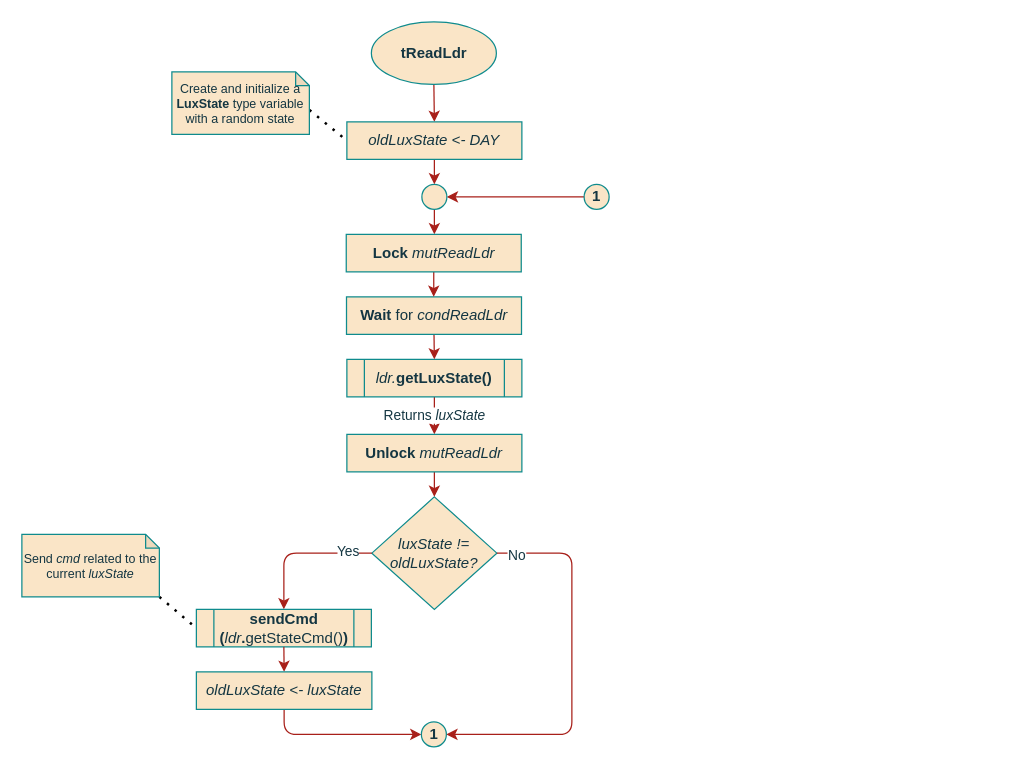
Before: page "treadldr" (5 of 7) of documentation/flowcharts/02Classes/CSensors.drawio in ESRGgroup9/slipad, a draw.io diagram. Source tidied: cells renumbered, new cells numbered last; positions are measured from the earlier drawing's top-left corner, leaving out a move shared by most shapes. Both pictures are drawn from the tidied source at 125%, with x=0, y=0 at pixel (21, 21).
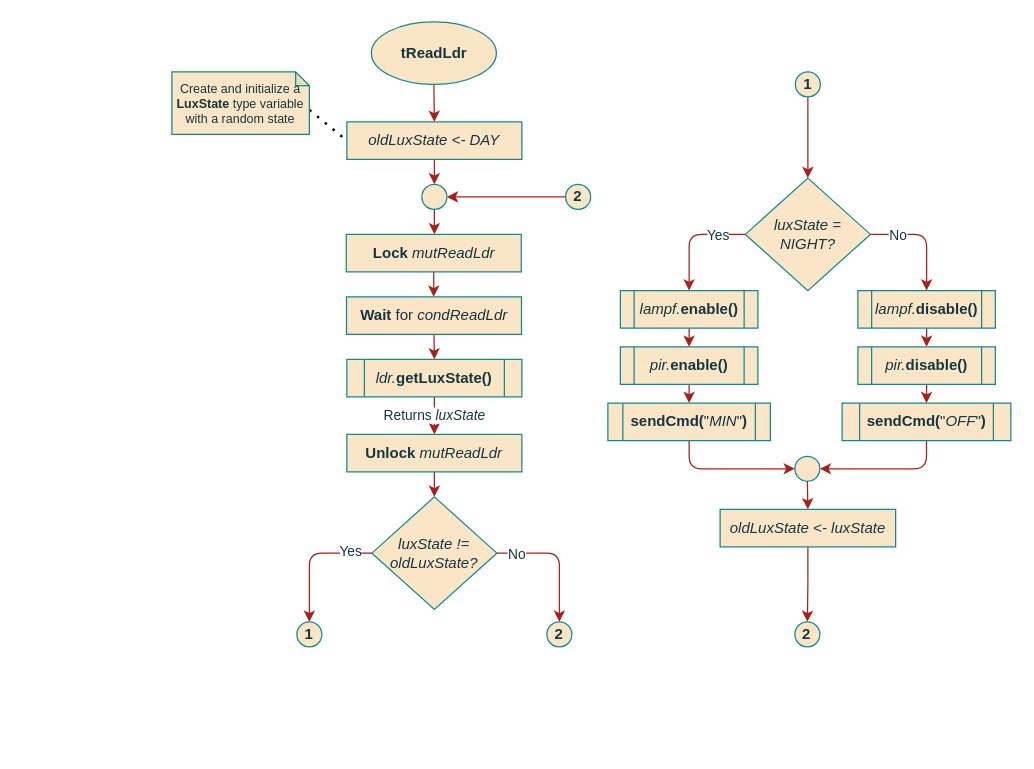
After the change.

Unchanged cells that the change refers to:
```xml
<mxCell id="6" value="&lt;i&gt;luxState != oldLuxState?&lt;br&gt;&lt;/i&gt;" style="rhombus;whiteSpace=wrap;html=1;rounded=0;sketch=0;fontColor=#143642;strokeColor=#0F8B8D;fillColor=#FAE5C7;" parent="1" vertex="1">
  <mxGeometry x="280" y="380" width="100" height="90" as="geometry" />
</mxCell>
```

Change to the diagram source:
```diff
@@
-    <mxCell id="5" style="edgeStyle=orthogonalEdgeStyle;rounded=1;jettySize=auto;html=1;strokeColor=#A8201A;fontFamily=Helvetica;labelBackgroundColor=#DAD2D8;fontColor=#143642;exitX=0.5;exitY=1;exitDx=0;exitDy=0;entryX=0;entryY=0.5;entryDx=0;entryDy=0;" parent="1" edge="1" source="14" target="15">
-      <mxGeometry relative="1" as="geometry" />
-    </mxCell>
@@
-    <mxCell id="8" style="edgeStyle=orthogonalEdgeStyle;curved=0;rounded=1;sketch=0;jettySize=auto;html=1;exitX=0;exitY=0.5;exitDx=0;exitDy=0;entryX=0.5;entryY=0;entryDx=0;entryDy=0;fontColor=#143642;strokeColor=#A8201A;fillColor=#FAE5C7;" parent="1" edge="1" source="6" target="12">
-      <mxGeometry relative="1" as="geometry" />
+    <mxCell id="8" style="edgeStyle=orthogonalEdgeStyle;curved=0;rounded=1;sketch=0;jettySize=auto;html=1;exitX=0;exitY=0.5;exitDx=0;exitDy=0;entryX=0.5;entryY=0;entryDx=0;entryDy=0;fontColor=#143642;strokeColor=#A8201A;fillColor=#FAE5C7;" parent="1" edge="1" source="6" target="39">
+      <mxGeometry relative="1" as="geometry">
+        <Array as="points">
+          <mxPoint x="230" y="425" />
+        </Array>
+      </mxGeometry>
     </mxCell>
@@
-    <mxCell id="10" style="edgeStyle=orthogonalEdgeStyle;curved=0;rounded=1;sketch=0;jettySize=auto;html=1;exitX=1;exitY=0.5;exitDx=0;exitDy=0;fontColor=#143642;strokeColor=#A8201A;fillColor=#FAE5C7;entryX=1;entryY=0.5;entryDx=0;entryDy=0;" parent="1" edge="1" source="6" target="15">
+    <mxCell id="10" style="edgeStyle=orthogonalEdgeStyle;curved=0;rounded=1;sketch=0;jettySize=auto;html=1;exitX=1;exitY=0.5;exitDx=0;exitDy=0;fontColor=#143642;strokeColor=#A8201A;fillColor=#FAE5C7;entryX=0.5;entryY=0;entryDx=0;entryDy=0;" parent="1" edge="1" source="6" target="15">
       <mxGeometry relative="1" as="geometry">
         <Array as="points">
-          <mxPoint x="440" y="425" />
-          <mxPoint x="440" y="570" />
+          <mxPoint x="430" y="425" />
         </Array>
       </mxGeometry>
     </mxCell>
     <mxCell id="11" value="No" style="edgeLabel;html=1;align=center;verticalAlign=middle;fontColor=#143642;" parent="10" vertex="1">
       <mxGeometry x="-0.57" y="1" relative="1" as="geometry">
-        <mxPoint x="-46" y="-5" as="offset" />
+        <mxPoint x="-8" y="1" as="offset" />
       </mxGeometry>
     </mxCell>
-    <mxCell id="12" value="&lt;div&gt;sendCmd&lt;/div&gt;&lt;div&gt;(&lt;span style=&quot;font-weight: normal&quot;&gt;&lt;i&gt;ldr&lt;/i&gt;&lt;/span&gt;.&lt;span style=&quot;font-weight: normal&quot;&gt;getStateCmd()&lt;b&gt;)&lt;/b&gt;&lt;/span&gt;&lt;/div&gt;" style="shape=process;whiteSpace=wrap;html=1;backgroundOutline=1;rounded=0;sketch=0;fontColor=#143642;strokeColor=#0F8B8D;fillColor=#FAE5C7;fontStyle=1;" parent="1" vertex="1">
-      <mxGeometry x="139.6" y="470" width="140" height="30" as="geometry" />
-    </mxCell>
-    <mxCell id="13" style="edgeStyle=orthogonalEdgeStyle;curved=0;rounded=1;sketch=0;jettySize=auto;html=1;exitX=0.5;exitY=1;exitDx=0;exitDy=0;entryX=0.5;entryY=0;entryDx=0;entryDy=0;fontColor=#143642;strokeColor=#A8201A;fillColor=#FAE5C7;" parent="1" edge="1" source="12" target="14">
-      <mxGeometry relative="1" as="geometry" />
-    </mxCell>
-    <mxCell id="14" value="&lt;i&gt;oldLuxState &amp;lt;- luxState&lt;/i&gt;" style="rounded=0;whiteSpace=wrap;html=1;sketch=0;fontColor=#143642;strokeColor=#0F8B8D;fillColor=#FAE5C7;fontFamily=Helvetica;" parent="1" vertex="1">
-      <mxGeometry x="139.6" y="520" width="140.4" height="30" as="geometry" />
-    </mxCell>
-    <mxCell id="15" value="1" style="ellipse;whiteSpace=wrap;html=1;fontFamily=Helvetica;fillColor=#FAE5C7;strokeColor=#0F8B8D;fontColor=#143642;fontStyle=1;" parent="1" vertex="1">
-      <mxGeometry x="319.6" y="560" width="20" height="20" as="geometry" />
+    <mxCell id="15" value="2" style="ellipse;whiteSpace=wrap;html=1;fontFamily=Helvetica;fillColor=#FAE5C7;strokeColor=#0F8B8D;fontColor=#143642;fontStyle=1;" parent="1" vertex="1">
+      <mxGeometry x="420" y="480" width="20" height="20" as="geometry" />
     </mxCell>
-    <mxCell id="16" style="endArrow=none;dashed=1;html=1;dashPattern=1 3;strokeWidth=2;rounded=1;sketch=0;fontColor=#143642;fillColor=#FAE5C7;curved=0;entryX=0;entryY=0.5;entryDx=0;entryDy=0;exitX=1;exitY=1;exitDx=0;exitDy=0;exitPerimeter=0;" parent="1" edge="1" source="17" target="12">
-      <mxGeometry relative="1" as="geometry" />
-    </mxCell>
-    <mxCell id="17" value="Send &lt;i style=&quot;font-size: 10px;&quot;&gt;cmd &lt;/i&gt;related to the current &lt;i style=&quot;font-size: 10px;&quot;&gt;luxState&lt;/i&gt;" style="shape=note;whiteSpace=wrap;html=1;backgroundOutline=1;darkOpacity=0.05;rounded=0;sketch=0;fontColor=#143642;strokeColor=#0F8B8D;fillColor=#FAE5C7;size=11;fontSize=10;" parent="1" vertex="1">
-      <mxGeometry y="410" width="110" height="50" as="geometry" />
-    </mxCell>
@@
-    <mxCell id="19" value="1" style="ellipse;whiteSpace=wrap;html=1;fontFamily=Helvetica;fillColor=#FAE5C7;strokeColor=#0F8B8D;fontColor=#143642;fontStyle=1;" parent="1" vertex="1">
-      <mxGeometry x="449.8" y="130" width="20" height="20" as="geometry" />
+    <mxCell id="19" value="2" style="ellipse;whiteSpace=wrap;html=1;fontFamily=Helvetica;fillColor=#FAE5C7;strokeColor=#0F8B8D;fontColor=#143642;fontStyle=1;" parent="1" vertex="1">
+      <mxGeometry x="435" y="130" width="20" height="20" as="geometry" />
     </mxCell>
@@
+    <mxCell id="32" style="edgeStyle=orthogonalEdgeStyle;rounded=1;jettySize=auto;html=1;strokeColor=#A8201A;fontFamily=Helvetica;labelBackgroundColor=#DAD2D8;fontColor=#143642;entryX=0;entryY=0.5;entryDx=0;entryDy=0;exitX=0.5;exitY=1;exitDx=0;exitDy=0;" parent="1" edge="1" source="54" target="38">
+      <mxGeometry relative="1" as="geometry" />
+    </mxCell>
+    <mxCell id="33" value="&lt;i&gt;luxState = NIGHT?&lt;br&gt;&lt;/i&gt;" style="rhombus;whiteSpace=wrap;html=1;rounded=0;sketch=0;fontColor=#143642;strokeColor=#0F8B8D;fillColor=#FAE5C7;" parent="1" vertex="1">
+      <mxGeometry x="578.8" y="125" width="100" height="90" as="geometry" />
+    </mxCell>
+    <mxCell id="34" style="edgeStyle=orthogonalEdgeStyle;curved=0;rounded=1;sketch=0;jettySize=auto;html=1;exitX=0;exitY=0.5;exitDx=0;exitDy=0;entryX=0.5;entryY=0;entryDx=0;entryDy=0;fontColor=#143642;strokeColor=#A8201A;fillColor=#FAE5C7;" parent="1" edge="1" source="33" target="46">
+      <mxGeometry relative="1" as="geometry" />
+    </mxCell>
+    <mxCell id="35" value="Yes" style="edgeLabel;html=1;align=center;verticalAlign=middle;fontColor=#143642;" parent="34" vertex="1">
+      <mxGeometry x="-0.65" y="-2" relative="1" as="geometry">
+        <mxPoint x="-6" y="2" as="offset" />
+      </mxGeometry>
+    </mxCell>
+    <mxCell id="36" style="edgeStyle=orthogonalEdgeStyle;curved=0;rounded=1;sketch=0;jettySize=auto;html=1;exitX=1;exitY=0.5;exitDx=0;exitDy=0;fontColor=#143642;strokeColor=#A8201A;fillColor=#FAE5C7;entryX=0.5;entryY=0;entryDx=0;entryDy=0;" parent="1" edge="1" source="33" target="48">
+      <mxGeometry relative="1" as="geometry">
+        <Array as="points">
+          <mxPoint x="723.8" y="170" />
+        </Array>
+      </mxGeometry>
+    </mxCell>
+    <mxCell id="37" value="No" style="edgeLabel;html=1;align=center;verticalAlign=middle;fontColor=#143642;" parent="36" vertex="1">
+      <mxGeometry x="-0.57" y="1" relative="1" as="geometry">
+        <mxPoint x="3" y="1" as="offset" />
+      </mxGeometry>
+    </mxCell>
+    <mxCell id="38" style="ellipse;whiteSpace=wrap;html=1;fontFamily=Helvetica;fillColor=#FAE5C7;strokeColor=#0F8B8D;fontColor=#143642;fontStyle=1;" parent="1" vertex="1">
+      <mxGeometry x="618.4" y="347.5" width="20" height="20" as="geometry" />
+    </mxCell>
+    <mxCell id="39" value="1" style="ellipse;whiteSpace=wrap;html=1;fontFamily=Helvetica;fillColor=#FAE5C7;strokeColor=#0F8B8D;fontColor=#143642;fontStyle=1;" parent="1" vertex="1">
+      <mxGeometry x="220" y="480" width="20" height="20" as="geometry" />
+    </mxCell>
+    <mxCell id="40" style="edgeStyle=orthogonalEdgeStyle;rounded=1;jettySize=auto;html=1;exitX=0.5;exitY=1;exitDx=0;exitDy=0;entryX=0.5;entryY=0;entryDx=0;entryDy=0;strokeColor=#A8201A;" parent="1" edge="1" source="41" target="33">
+      <mxGeometry relative="1" as="geometry" />
+    </mxCell>
+    <mxCell id="41" value="1" style="ellipse;whiteSpace=wrap;html=1;fontFamily=Helvetica;fillColor=#FAE5C7;strokeColor=#0F8B8D;fontColor=#143642;fontStyle=1;" parent="1" vertex="1">
+      <mxGeometry x="618.8" y="40" width="20" height="20" as="geometry" />
+    </mxCell>
+    <mxCell id="42" style="edgeStyle=orthogonalEdgeStyle;curved=0;rounded=1;sketch=0;jettySize=auto;html=1;exitX=0.5;exitY=1;exitDx=0;exitDy=0;entryX=0.5;entryY=0;entryDx=0;entryDy=0;fontColor=#143642;strokeColor=#A8201A;fillColor=#FAE5C7;" parent="1" edge="1" source="38" target="14">
+      <mxGeometry relative="1" as="geometry" />
+    </mxCell>
+    <mxCell id="43" style="edgeStyle=orthogonalEdgeStyle;rounded=0;jettySize=auto;html=1;exitX=0.5;exitY=1;exitDx=0;exitDy=0;entryX=0.5;entryY=0;entryDx=0;entryDy=0;strokeColor=#A8201A;" parent="1" edge="1" source="14" target="44">
+      <mxGeometry relative="1" as="geometry" />
+    </mxCell>
+    <mxCell id="14" value="&lt;i&gt;oldLuxState &amp;lt;- luxState&lt;/i&gt;" style="rounded=0;whiteSpace=wrap;html=1;sketch=0;fontColor=#143642;strokeColor=#0F8B8D;fillColor=#FAE5C7;fontFamily=Helvetica;" parent="1" vertex="1">
+      <mxGeometry x="558.6" y="390" width="140.4" height="30" as="geometry" />
+    </mxCell>
+    <mxCell id="44" value="2" style="ellipse;whiteSpace=wrap;html=1;fontFamily=Helvetica;fillColor=#FAE5C7;strokeColor=#0F8B8D;fontColor=#143642;fontStyle=1;" parent="1" vertex="1">
+      <mxGeometry x="618.4" y="480" width="20" height="20" as="geometry" />
+    </mxCell>
+    <mxCell id="45" style="edgeStyle=orthogonalEdgeStyle;rounded=1;jettySize=auto;html=1;exitX=0.5;exitY=1;exitDx=0;exitDy=0;entryX=0.5;entryY=0;entryDx=0;entryDy=0;strokeColor=#A8201A;" parent="1" edge="1" source="46" target="50">
+      <mxGeometry relative="1" as="geometry" />
+    </mxCell>
+    <mxCell id="46" value="&lt;i&gt;&lt;span style=&quot;font-weight: normal&quot;&gt;lampf.&lt;/span&gt;&lt;/i&gt;enable()" style="shape=process;whiteSpace=wrap;html=1;backgroundOutline=1;rounded=0;sketch=0;fontColor=#143642;strokeColor=#0F8B8D;fillColor=#FAE5C7;fontStyle=1;" parent="1" vertex="1">
+      <mxGeometry x="478.8" y="215" width="110" height="30" as="geometry" />
+    </mxCell>
+    <mxCell id="47" style="edgeStyle=orthogonalEdgeStyle;rounded=1;jettySize=auto;html=1;exitX=0.5;exitY=1;exitDx=0;exitDy=0;entryX=0.5;entryY=0;entryDx=0;entryDy=0;strokeColor=#A8201A;" parent="1" edge="1" source="48" target="53">
+      <mxGeometry relative="1" as="geometry" />
+    </mxCell>
+    <mxCell id="48" value="&lt;i&gt;&lt;span style=&quot;font-weight: normal&quot;&gt;lampf.&lt;/span&gt;&lt;/i&gt;disable()" style="shape=process;whiteSpace=wrap;html=1;backgroundOutline=1;rounded=0;sketch=0;fontColor=#143642;strokeColor=#0F8B8D;fillColor=#FAE5C7;fontStyle=1;" parent="1" vertex="1">
+      <mxGeometry x="668.8" y="215" width="110" height="30" as="geometry" />
+    </mxCell>
+    <mxCell id="49" style="edgeStyle=orthogonalEdgeStyle;rounded=1;jettySize=auto;html=1;exitX=0.5;exitY=1;exitDx=0;exitDy=0;entryX=0.5;entryY=0;entryDx=0;entryDy=0;strokeColor=#A8201A;" parent="1" edge="1" source="50" target="54">
+      <mxGeometry relative="1" as="geometry" />
+    </mxCell>
+    <mxCell id="50" value="&lt;i&gt;&lt;span style=&quot;font-weight: normal&quot;&gt;pir.&lt;/span&gt;&lt;/i&gt;enable()" style="shape=process;whiteSpace=wrap;html=1;backgroundOutline=1;rounded=0;sketch=0;fontColor=#143642;strokeColor=#0F8B8D;fillColor=#FAE5C7;fontStyle=1;" parent="1" vertex="1">
+      <mxGeometry x="478.8" y="260" width="110" height="30" as="geometry" />
+    </mxCell>
+    <mxCell id="51" style="edgeStyle=orthogonalEdgeStyle;rounded=1;jettySize=auto;html=1;exitX=0.5;exitY=1;exitDx=0;exitDy=0;entryX=1;entryY=0.5;entryDx=0;entryDy=0;strokeColor=#A8201A;" parent="1" edge="1" source="55" target="38">
+      <mxGeometry relative="1" as="geometry" />
+    </mxCell>
+    <mxCell id="52" style="edgeStyle=orthogonalEdgeStyle;rounded=1;jettySize=auto;html=1;exitX=0.5;exitY=1;exitDx=0;exitDy=0;entryX=0.5;entryY=0;entryDx=0;entryDy=0;strokeColor=#A8201A;" parent="1" edge="1" source="53" target="55">
+      <mxGeometry relative="1" as="geometry" />
+    </mxCell>
+    <mxCell id="53" value="&lt;i&gt;&lt;span style=&quot;font-weight: normal&quot;&gt;pir.&lt;/span&gt;&lt;/i&gt;disable()" style="shape=process;whiteSpace=wrap;html=1;backgroundOutline=1;rounded=0;sketch=0;fontColor=#143642;strokeColor=#0F8B8D;fillColor=#FAE5C7;fontStyle=1;" parent="1" vertex="1">
+      <mxGeometry x="668.8" y="260" width="110" height="30" as="geometry" />
+    </mxCell>
+    <mxCell id="54" value="&lt;div&gt;sendCmd(&lt;span style=&quot;font-weight: normal&quot;&gt;&quot;&lt;i&gt;MIN&lt;/i&gt;&quot;&lt;b&gt;)&lt;/b&gt;&lt;/span&gt;&lt;/div&gt;" style="shape=process;whiteSpace=wrap;html=1;backgroundOutline=1;rounded=0;sketch=0;fontColor=#143642;strokeColor=#0F8B8D;fillColor=#FAE5C7;fontStyle=1;size=0.09403877514042396;" parent="1" vertex="1">
+      <mxGeometry x="468.8" y="305" width="130" height="30" as="geometry" />
+    </mxCell>
+    <mxCell id="55" value="&lt;div&gt;sendCmd(&lt;span style=&quot;font-weight: normal&quot;&gt;&quot;&lt;i&gt;OFF&lt;/i&gt;&quot;&lt;b&gt;)&lt;/b&gt;&lt;/span&gt;&lt;/div&gt;" style="shape=process;whiteSpace=wrap;html=1;backgroundOutline=1;rounded=0;sketch=0;fontColor=#143642;strokeColor=#0F8B8D;fillColor=#FAE5C7;fontStyle=1;" parent="1" vertex="1">
+      <mxGeometry x="656.2" y="305" width="135" height="30" as="geometry" />
+    </mxCell>
```
